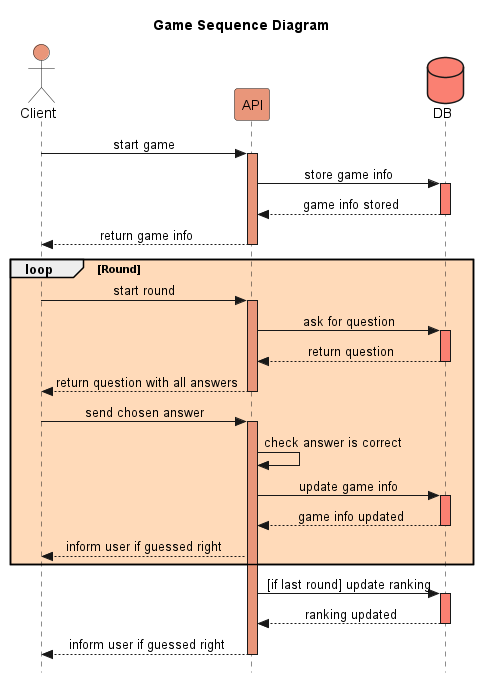
Earlier version of the PlantUML export images/Game's sequence diagram.png (Arquisoft/wiq_en2b). The source it was exported from:
```plantuml
@startuml Game's life cycle
title Game Sequence Diagram
actor Client #darksalmon
participant API #darksalmon
database DB #salmon

skinparam Style strictuml
skinparam SequenceMessageAlignment center

Client -> API : start game
activate API #darksalmon
API -> DB : store game info
activate DB #salmon
DB --> API : game info stored
deactivate DB
API --> Client : return game info
deactivate API
loop #PeachPuff Round
  Client -> API : start round
  activate API #darksalmon
  API -> DB : ask for question
  activate DB  #salmon
  DB --> API : return question
  deactivate DB
  API --> Client : return question with all answers
  deactivate API
  Client -> API  : send chosen answer
  activate API #darksalmon
  API -> API    : check answer is correct
  API -> DB     : update game info
  activate DB #salmon
  DB --> API    : game info updated
 deactivate DB
  API --> Client : inform user if guessed right


end loop One question

API -> DB : [if last round] update ranking
activate DB #salmon
DB --> API : ranking updated
deactivate DB
API --> Client : inform user if guessed right
deactivate API

@enduml
```
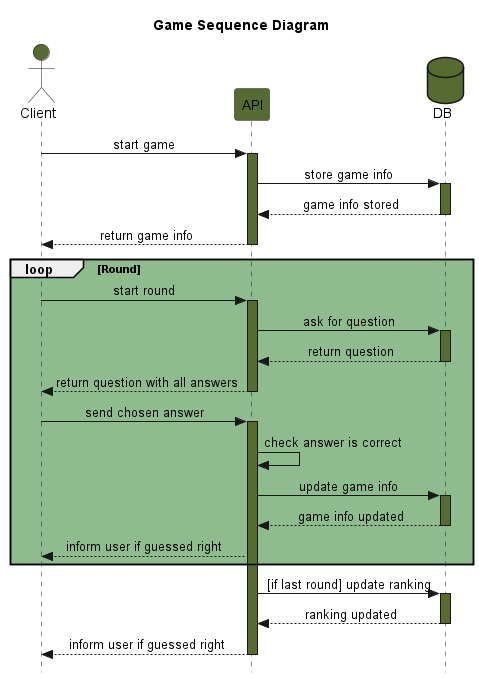
After the commit.

Diff of the diagram source:
```diff
@@ -1,34 +1,34 @@
 @startuml Game's life cycle
 title Game Sequence Diagram
-actor Client #darksalmon
-participant API #darksalmon
-database DB #salmon
+actor Client #darkolivegreen
+participant API #darkolivegreen
+database DB #darkolivegreen
 
 skinparam Style strictuml
 skinparam SequenceMessageAlignment center
 
 Client -> API : start game
-activate API #darksalmon
+activate API #darkolivegreen
 API -> DB : store game info
-activate DB #salmon
+activate DB #darkolivegreen
 DB --> API : game info stored
 deactivate DB
 API --> Client : return game info
 deactivate API
-loop #PeachPuff Round
+loop #darkseagreen Round
   Client -> API : start round
-  activate API #darksalmon
+  activate API #darkolivegreen
   API -> DB : ask for question
-  activate DB  #salmon
+  activate DB  #darkolivegreen
   DB --> API : return question
   deactivate DB
   API --> Client : return question with all answers
   deactivate API
   Client -> API  : send chosen answer
-  activate API #darksalmon
+  activate API #darkolivegreen
   API -> API    : check answer is correct
   API -> DB     : update game info
-  activate DB #salmon
+  activate DB #darkolivegreen
   DB --> API    : game info updated
  deactivate DB
   API --> Client : inform user if guessed right
@@ -37,7 +37,7 @@
 end loop One question
 
 API -> DB : [if last round] update ranking
-activate DB #salmon
+activate DB #darkolivegreen
 DB --> API : ranking updated
 deactivate DB
 API --> Client : inform user if guessed right
```
